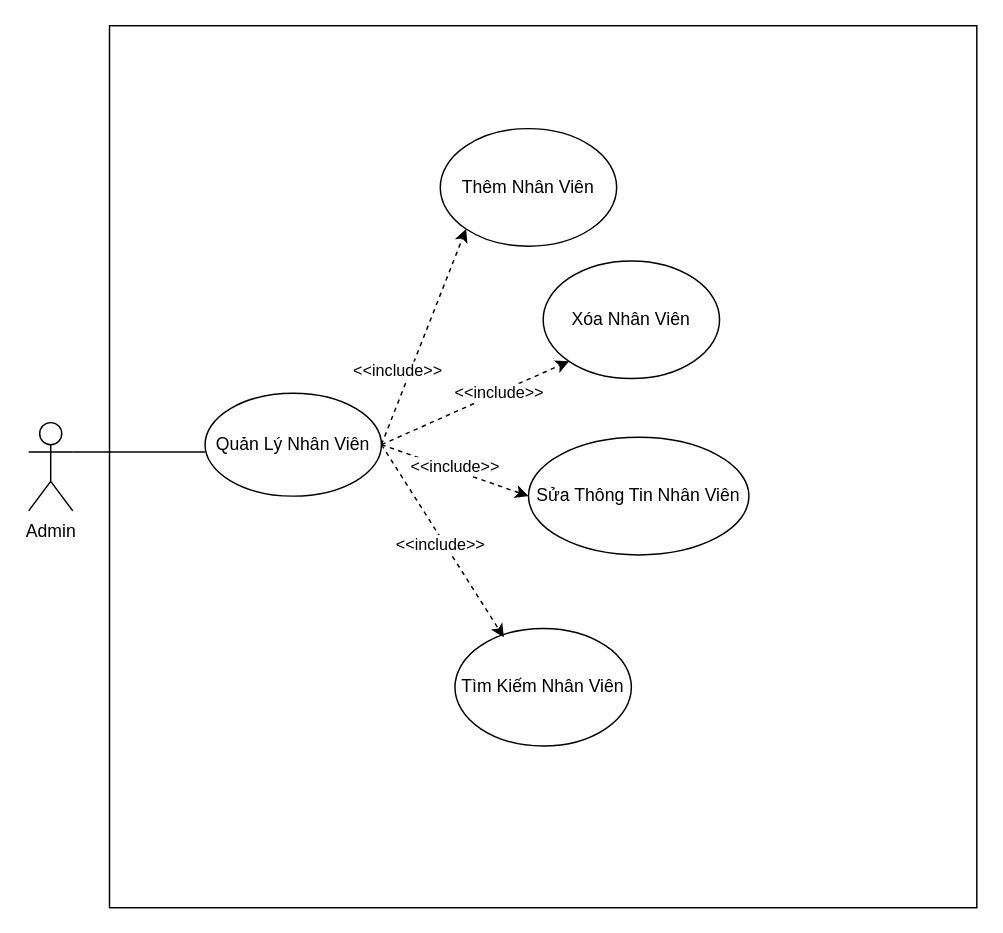
maivantai2003/Database keeps this draw.io diagram as UseCase2.drawio. Above is the earlier version. Source tidied: cells renumbered, new cells numbered last; positions are measured from the earlier drawing's top-left corner, leaving out a move shared by most shapes. Both pictures are drawn from the tidied source at 147%, with x=0, y=0 at pixel (28, 25).
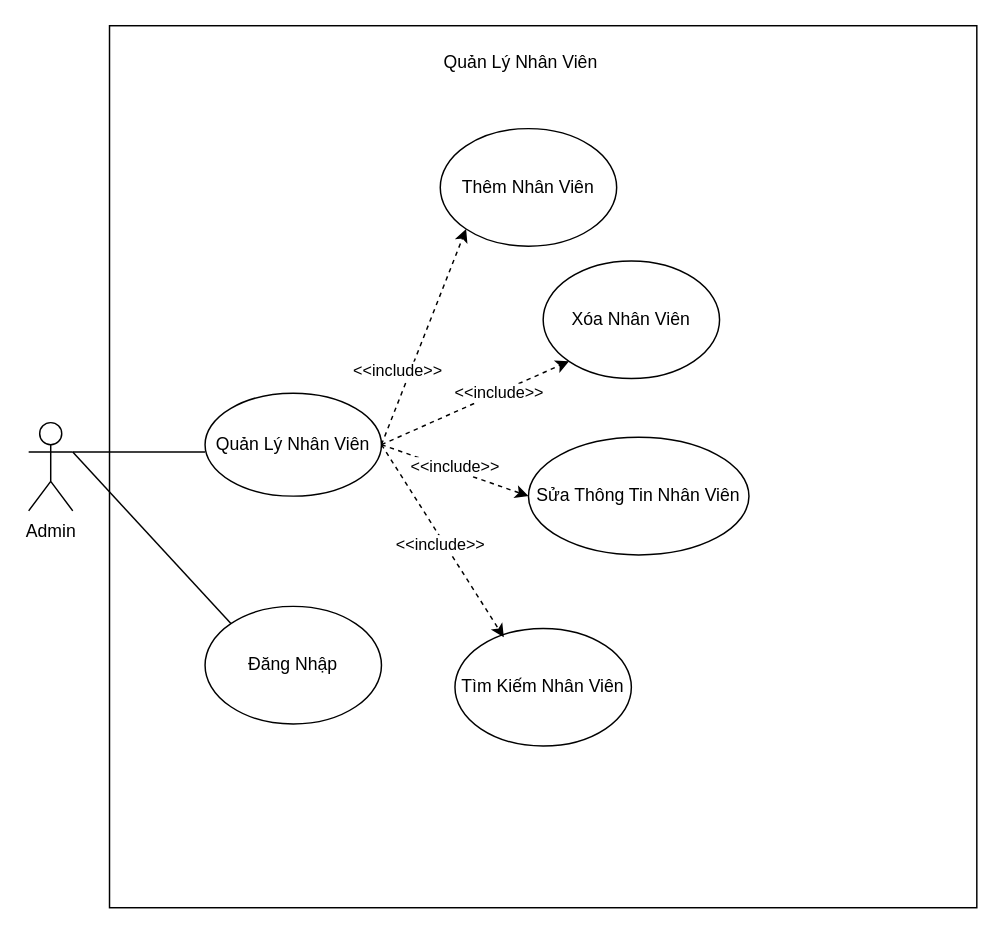
The same diagram, later.

Commit message:
Cập nhật UseCase2.drawio

The change refers to these unchanged cells:
```xml
<mxCell id="3" value="Admin" style="shape=umlActor;verticalLabelPosition=bottom;verticalAlign=top;html=1;outlineConnect=0;" parent="1" vertex="1">
  <mxGeometry y="270" width="30" height="60" as="geometry" />
</mxCell>
```

The edit, as a diff of the source:
```diff
@@
+    <mxCell id="18" value="Quản Lý Nhân Viên" style="text;html=1;strokeColor=none;fillColor=none;align=center;verticalAlign=middle;whiteSpace=wrap;rounded=0;" parent="1" vertex="1">
+      <mxGeometry x="240" y="10" width="190" height="30" as="geometry" />
+    </mxCell>
+    <mxCell id="19" value="Đăng Nhập" style="ellipse;whiteSpace=wrap;html=1;" parent="1" vertex="1">
+      <mxGeometry x="120" y="395" width="120" height="80" as="geometry" />
+    </mxCell>
+    <mxCell id="20" style="endArrow=none;html=1;rounded=0;exitX=1;exitY=0.3333333333333333;exitDx=0;exitDy=0;exitPerimeter=0;entryX=0;entryY=0;entryDx=0;entryDy=0;" parent="1" edge="1" source="3" target="19">
+      <mxGeometry relative="1" as="geometry" />
+    </mxCell>
```
